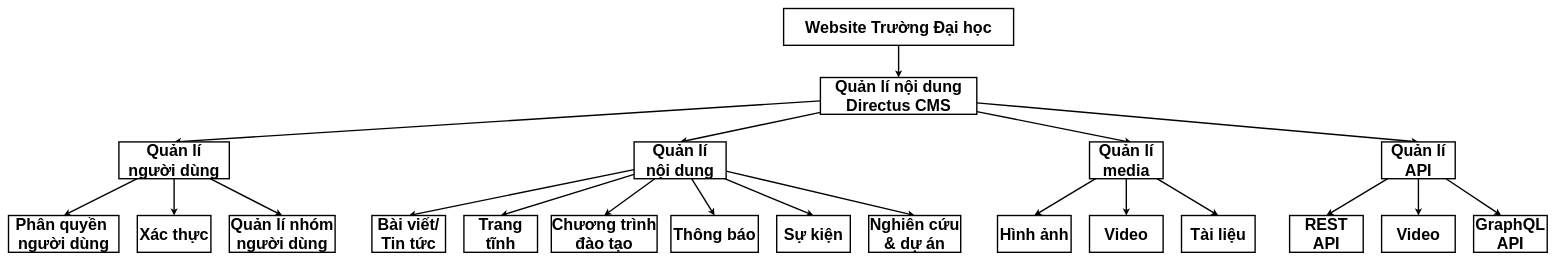
The draw.io diagram BE.drawio in ttrunghieu97/tqu-demo, before the edit. Source tidied: cells renumbered, new cells numbered last; positions are measured from the earlier drawing's top-left corner, leaving out a move shared by most shapes. Both pictures are drawn from the tidied source at 46%, with x=0, y=0 at pixel (8, 8).
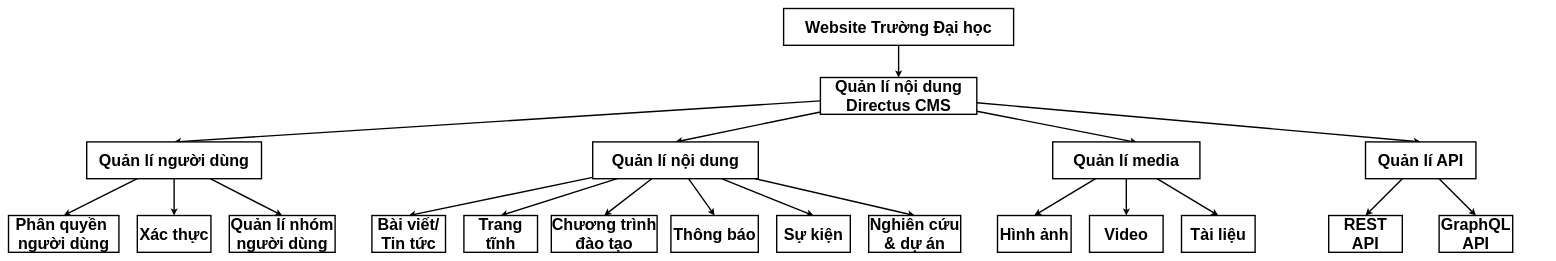
After the change.

The edit, as a diff of the source:
```diff
@@
-    <mxCell id="12" value="Quản lí &lt;br&gt;người dùng" style="rounded=0;whiteSpace=wrap;html=1;fontSize=35;fontStyle=1;strokeWidth=3;" parent="1" vertex="1">
-      <mxGeometry x="240" y="290" width="240" height="80" as="geometry" />
+    <mxCell id="12" value="Quản lí người dùng" style="rounded=0;whiteSpace=wrap;html=1;fontSize=35;fontStyle=1;strokeWidth=3;" parent="1" vertex="1">
+      <mxGeometry x="170" y="290" width="380" height="80" as="geometry" />
     </mxCell>
@@
-    <mxCell id="22" value="Quản lí &lt;br&gt;nội dung" style="rounded=0;whiteSpace=wrap;html=1;fontSize=35;fontStyle=1;strokeWidth=3;" parent="1" vertex="1">
-      <mxGeometry x="1360" y="290" width="200" height="80" as="geometry" />
+    <mxCell id="22" value="Quản lí nội dung" style="rounded=0;whiteSpace=wrap;html=1;fontSize=35;fontStyle=1;strokeWidth=3;" parent="1" vertex="1">
+      <mxGeometry x="1270" y="290" width="360" height="80" as="geometry" />
     </mxCell>
@@
     <mxCell id="32" value="Quản lí media" style="rounded=0;whiteSpace=wrap;html=1;fontSize=35;fontStyle=1;strokeWidth=3;" parent="1" vertex="1">
-      <mxGeometry x="2350" y="290" width="160" height="80" as="geometry" />
+      <mxGeometry x="2270" y="290" width="320" height="80" as="geometry" />
     </mxCell>
@@
-    <mxCell id="37" style="edgeStyle=none;html=1;entryX=0.5;entryY=0;entryDx=0;entryDy=0;fontSize=35;fontStyle=1;strokeWidth=3;" parent="1" edge="1" source="39" target="41">
-      <mxGeometry relative="1" as="geometry" />
-    </mxCell>
-    <mxCell id="38" style="edgeStyle=none;html=1;fontSize=35;fontStyle=1;strokeWidth=3;" parent="1" edge="1" source="39">
-      <mxGeometry relative="1" as="geometry">
-        <mxPoint x="3245" y="450" as="targetPoint" />
-      </mxGeometry>
+    <mxCell id="38" style="edgeStyle=none;html=1;fontSize=35;fontStyle=1;strokeWidth=3;entryX=0.5;entryY=0;entryDx=0;entryDy=0;" parent="1" edge="1" source="39" target="42">
+      <mxGeometry relative="1" as="geometry" />
     </mxCell>
     <mxCell id="39" value="Quản lí API" style="rounded=0;whiteSpace=wrap;html=1;fontSize=35;fontStyle=1;strokeWidth=3;" parent="1" vertex="1">
-      <mxGeometry x="2985" y="290" width="160" height="80" as="geometry" />
+      <mxGeometry x="2950" y="290" width="240" height="80" as="geometry" />
     </mxCell>
     <mxCell id="40" value="REST API" style="rounded=0;whiteSpace=wrap;html=1;fontSize=35;fontStyle=1;strokeWidth=3;" parent="1" vertex="1">
-      <mxGeometry x="2785" y="450" width="160" height="80" as="geometry" />
+      <mxGeometry x="2870" y="450" width="160" height="80" as="geometry" />
     </mxCell>
-    <mxCell id="41" value="Video" style="rounded=0;whiteSpace=wrap;html=1;fontSize=35;fontStyle=1;strokeWidth=3;" parent="1" vertex="1">
-      <mxGeometry x="2985" y="450" width="160" height="80" as="geometry" />
-    </mxCell>
     <mxCell id="42" value="GraphQL API" style="rounded=0;whiteSpace=wrap;html=1;fontSize=35;fontStyle=1;strokeWidth=3;" parent="1" vertex="1">
-      <mxGeometry x="3185" y="450" width="160" height="80" as="geometry" />
+      <mxGeometry x="3110" y="450" width="160" height="80" as="geometry" />
     </mxCell>
```
